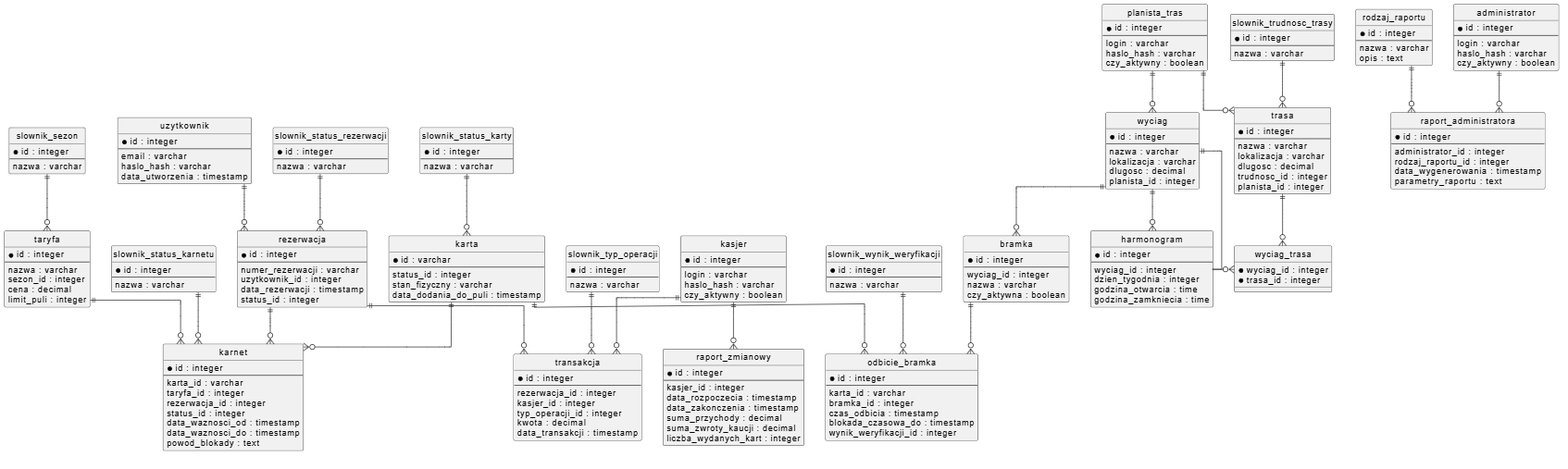
Earlier version of the PlantUML export Dokumentacja/diagram_klas/diagram_klas.png (taf4you2/2026_TAB_7_WEGLORZ). Its source is kept beside it as Dokumentacja/diagram_klas/diagram_klas.puml. Source of this version:
```plantuml
@startuml
hide circle
skinparam linetype ortho


entity "slownik_status_karty" {
  * id : integer
  --
  nazwa : varchar
}

entity "slownik_status_karnetu" {
  * id : integer
  --
  nazwa : varchar
}

entity "slownik_typ_operacji" {
  * id : integer
  --
  nazwa : varchar
}

entity "slownik_sezon" {
  * id : integer
  --
  nazwa : varchar
}

entity "slownik_trudnosc_trasy" {
  * id : integer
  --
  nazwa : varchar
}

entity "slownik_status_rezerwacji" {
  * id : integer
  --
  nazwa : varchar
}

entity "slownik_wynik_weryfikacji" {
  * id : integer
  --
  nazwa : varchar
}

entity "rodzaj_raportu" {
  * id : integer
  --
  nazwa : varchar
  opis : text
}



entity "uzytkownik" {
  * id : integer
  --
  email : varchar
  haslo_hash : varchar
  data_utworzenia : timestamp
}

entity "kasjer" {
  * id : integer
  --
  login : varchar
  haslo_hash : varchar
  czy_aktywny : boolean
}

entity "administrator" {
  * id : integer
  --
  login : varchar
  haslo_hash : varchar
  czy_aktywny : boolean
}

entity "planista_tras" {
  * id : integer
  --
  login : varchar
  haslo_hash : varchar
  czy_aktywny : boolean
}



entity "wyciag" {
  * id : integer
  --
  nazwa : varchar
  lokalizacja : varchar
  dlugosc : decimal
  planista_id : integer
}

entity "trasa" {
  * id : integer
  --
  nazwa : varchar
  lokalizacja : varchar
  dlugosc : decimal
  trudnosc_id : integer
  planista_id : integer
}

entity "wyciag_trasa" {
  * wyciag_id : integer
  * trasa_id : integer
}

entity "harmonogram" {
  * id : integer
  --
  wyciag_id : integer
  dzien_tygodnia : integer
  godzina_otwarcia : time
  godzina_zamkniecia : time
}



entity "karta" {
  * id : varchar
  --
  status_id : integer
  stan_fizyczny : varchar
  data_dodania_do_puli : timestamp
}

entity "taryfa" {
  * id : integer
  --
  nazwa : varchar
  sezon_id : integer
  cena : decimal
  limit_puli : integer
}

entity "karnet" {
  * id : integer
  --
  karta_id : varchar
  taryfa_id : integer
  rezerwacja_id : integer
  status_id : integer
  data_waznosci_od : timestamp
  data_waznosci_do : timestamp
  powod_blokady : text
}



entity "rezerwacja" {
  * id : integer
  --
  numer_rezerwacji : varchar
  uzytkownik_id : integer
  data_rezerwacji : timestamp
  status_id : integer
}

entity "transakcja" {
  * id : integer
  --
  rezerwacja_id : integer
  kasjer_id : integer
  typ_operacji_id : integer
  kwota : decimal
  data_transakcji : timestamp
}



entity "bramka" {
  * id : integer
  --
  wyciag_id : integer
  nazwa : varchar
  czy_aktywna : boolean
}

entity "odbicie_bramka" {
  * id : integer
  --
  karta_id : varchar
  bramka_id : integer
  czas_odbicia : timestamp
  blokada_czasowa_do : timestamp
  wynik_weryfikacji_id : integer
}



entity "raport_zmianowy" {
  * id : integer
  --
  kasjer_id : integer
  data_rozpoczecia : timestamp
  data_zakonczenia : timestamp
  suma_przychody : decimal
  suma_zwroty_kaucji : decimal
  liczba_wydanych_kart : integer
}

entity "raport_administratora" {
  * id : integer
  --
  administrator_id : integer
  rodzaj_raportu_id : integer
  data_wygenerowania : timestamp
  parametry_raportu : text
}



slownik_status_karty ||--o{ karta
slownik_sezon ||--o{ taryfa
slownik_status_rezerwacji ||--o{ rezerwacja
slownik_typ_operacji ||--o{ transakcja
slownik_status_karnetu ||--o{ karnet
slownik_trudnosc_trasy ||--o{ trasa
slownik_wynik_weryfikacji ||--o{ odbicie_bramka

uzytkownik ||--o{ rezerwacja
rezerwacja ||--o{ transakcja
kasjer ||--o{ transakcja
karta ||--o{ karnet
taryfa ||--o{ karnet
rezerwacja ||--o{ karnet
kasjer ||--o{ raport_zmianowy

planista_tras ||--o{ trasa
planista_tras ||--o{ wyciag
wyciag ||--o{ wyciag_trasa
trasa ||--o{ wyciag_trasa
wyciag ||--o{ harmonogram
wyciag ||--o{ bramka

karta ||--o{ odbicie_bramka
bramka ||--o{ odbicie_bramka

administrator ||--o{ raport_administratora
rodzaj_raportu ||--o{ raport_administratora

@enduml
```
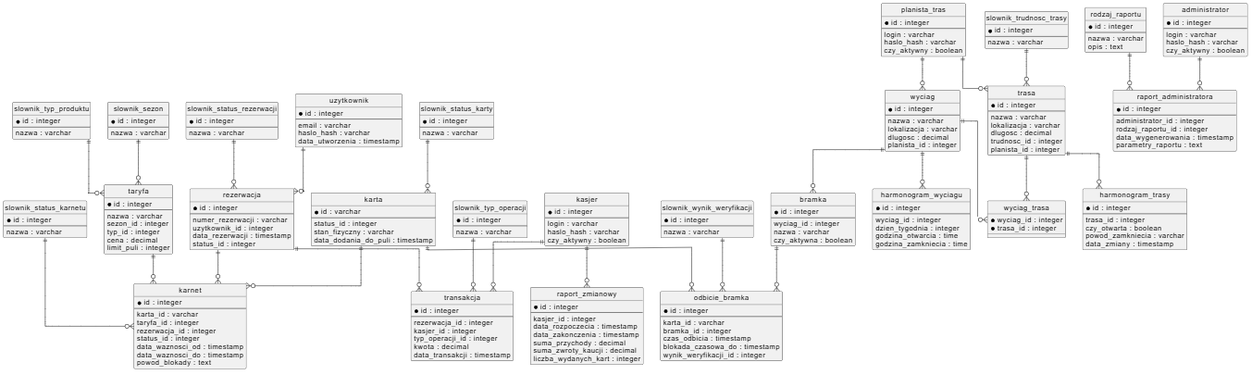
After the commit.

Commit message:
poprawiono diagram bazy danych

Diff of the diagram source:
```diff
@@ -10,6 +10,12 @@
 }
 
 entity "slownik_status_karnetu" {
+  * id : integer
+  --
+  nazwa : varchar
+}
+
+entity "slownik_typ_produktu" {
   * id : integer
   --
   nazwa : varchar
@@ -112,13 +118,22 @@
   * trasa_id : integer
 }
 
-entity "harmonogram" {
+entity "harmonogram_wyciagu" {
   * id : integer
   --
   wyciag_id : integer
   dzien_tygodnia : integer
   godzina_otwarcia : time
   godzina_zamkniecia : time
+}
+
+entity "harmonogram_trasy" {
+  * id : integer
+  --
+  trasa_id : integer
+  czy_otwarta : boolean
+  powod_zamkniecia : varchar
+  data_zmiany : timestamp
 }
 
 
@@ -136,6 +151,7 @@
   --
   nazwa : varchar
   sezon_id : integer
+  typ_id : integer
   cena : decimal
   limit_puli : integer
 }
@@ -219,6 +235,7 @@
 
 slownik_status_karty ||--o{ karta
 slownik_sezon ||--o{ taryfa
+slownik_typ_produktu ||--o{ taryfa
 slownik_status_rezerwacji ||--o{ rezerwacja
 slownik_typ_operacji ||--o{ transakcja
 slownik_status_karnetu ||--o{ karnet
@@ -237,7 +254,8 @@
 planista_tras ||--o{ wyciag
 wyciag ||--o{ wyciag_trasa
 trasa ||--o{ wyciag_trasa
-wyciag ||--o{ harmonogram
+wyciag ||--o{ harmonogram_wyciagu
+trasa ||--o{ harmonogram_trasy
 wyciag ||--o{ bramka
 
 karta ||--o{ odbicie_bramka
```
